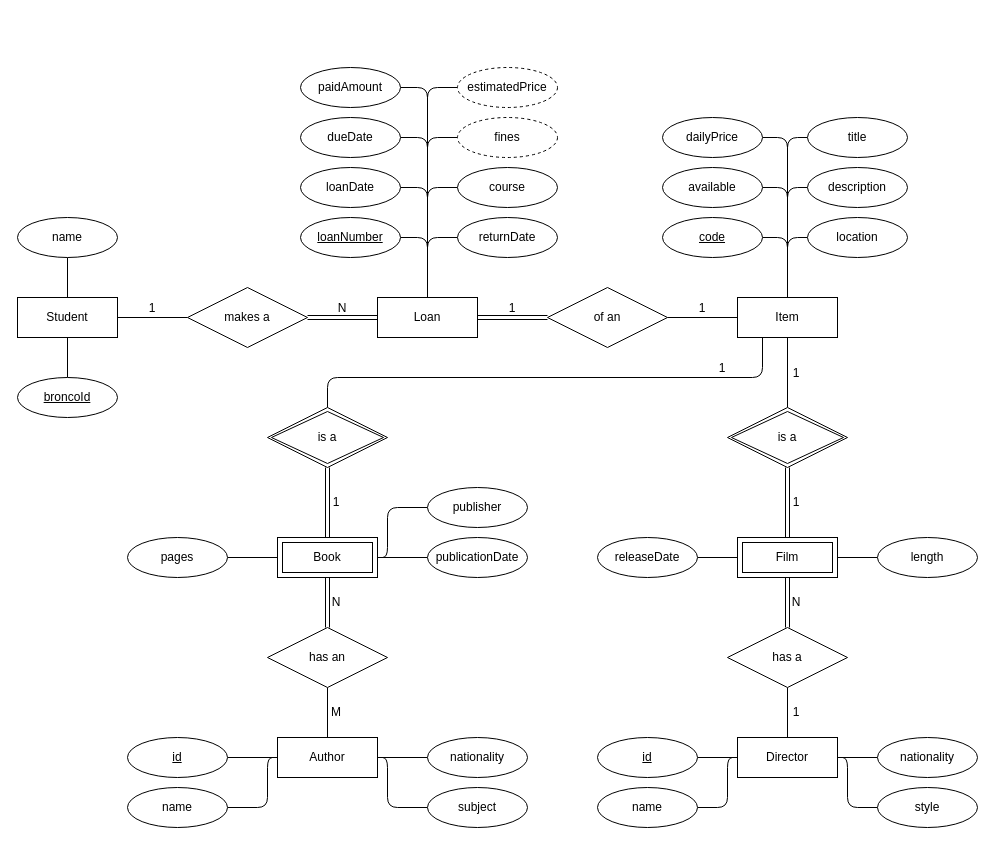
Above: Project_ERD.drawio in CaseyMerritt/CS3560-Final-Project (draw.io), before the change. Source tidied: cells renumbered, new cells numbered last; positions are measured from the earlier drawing's top-left corner, leaving out a move shared by most shapes. Both pictures are drawn from the tidied source at 100%, with x=0, y=0 at pixel (17, 67).
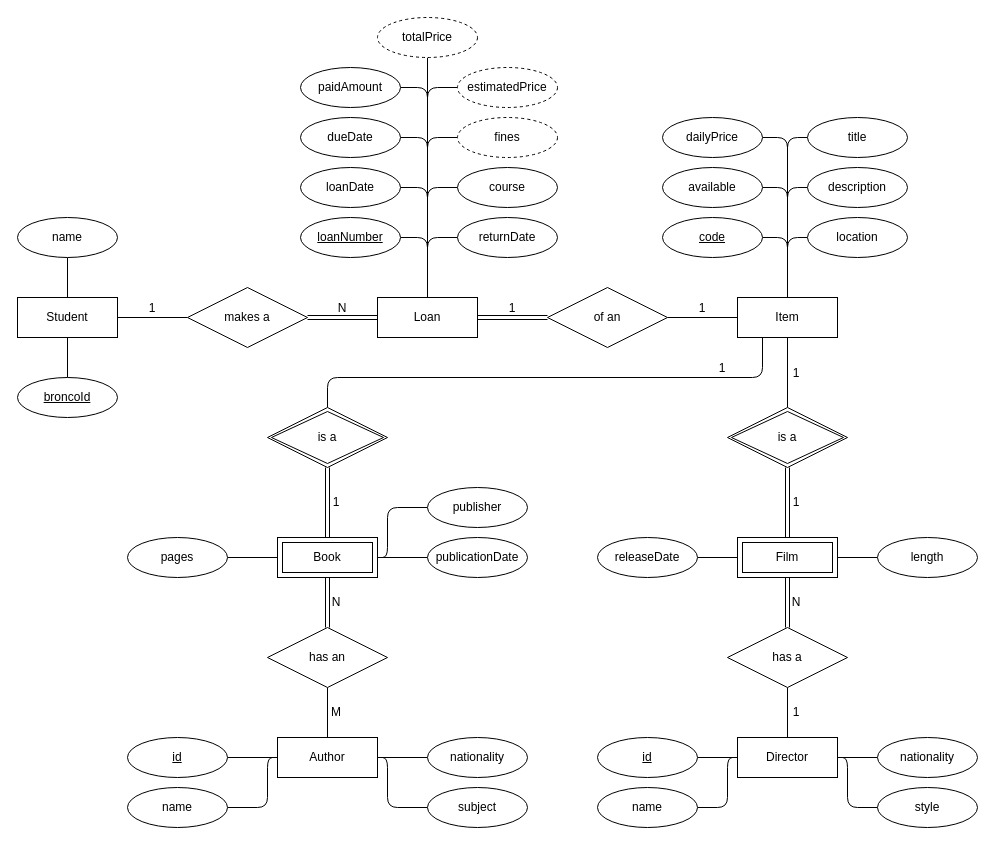
The same diagram, later.

Commit message (it also covers changes not shown here):
Update object model and ERD

The change refers to these unchanged cells:
```xml
<mxCell id="10" value="Loan" style="whiteSpace=wrap;html=1;align=center;" parent="1" vertex="1">
  <mxGeometry x="360" y="230" width="100" height="40" as="geometry" />
</mxCell>
```

Change to the diagram source:
```diff
@@
+    <mxCell id="97" style="edgeStyle=none;html=1;endArrow=none;endFill=0;" parent="1" edge="1" source="10" target="98">
+      <mxGeometry relative="1" as="geometry" />
+    </mxCell>
@@
+    <mxCell id="98" value="totalPrice" style="ellipse;whiteSpace=wrap;html=1;align=center;dashed=1;" parent="1" vertex="1">
+      <mxGeometry x="360" y="-50" width="100" height="40" as="geometry" />
+    </mxCell>
```
